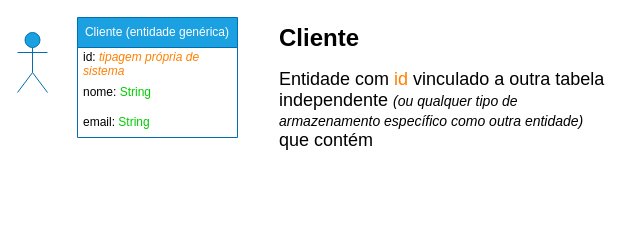
Earlier version of the draw.io diagram page "Cliente" (2 of 4) of documentação/ideias/diagrama_de_projeto.drawio (Creath-Noite-A/Agendamento-Documentacao). Source tidied: cells renumbered, new cells numbered last; positions are measured from the earlier drawing's top-left corner, leaving out a move shared by most shapes. Both pictures are drawn from the tidied source at 100%, with x=0, y=0 at pixel (17, 17).
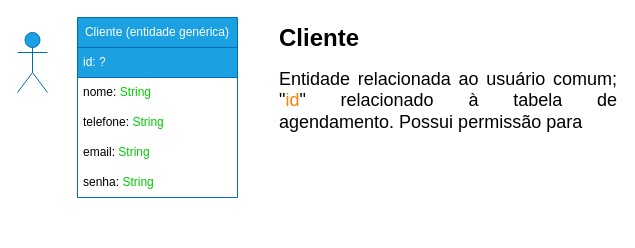
After the change.

Change to the diagram source:
```diff
@@
 <mxGraphModel>
   <root>
     <mxCell id="0" />
     <mxCell id="1" parent="0" />
     <mxCell id="2" value="Cliente (entidade genérica)" style="swimlane;fontStyle=0;horizontal=1;startSize=30;whiteSpace=wrap;html=1;fillColor=#1ba1e2;strokeColor=#006EAF;fontColor=#ffffff;" parent="1" vertex="1">
-      <mxGeometry x="60" width="160" height="120" as="geometry" />
+      <mxGeometry x="60" width="160" height="180" as="geometry" />
     </mxCell>
-    <mxCell id="3" value="id: &lt;i style=&quot;&quot;&gt;&lt;font color=&quot;#ff8000&quot;&gt;tipagem própria de sistema&lt;/font&gt;&lt;/i&gt;" style="text;strokeColor=none;fillColor=none;align=left;verticalAlign=middle;spacingLeft=4;spacingRight=4;overflow=hidden;whiteSpace=wrap;html=1;" parent="2" vertex="1">
+    <mxCell id="3" value="id: ?" style="text;strokeColor=#006EAF;fillColor=#1ba1e2;align=left;verticalAlign=middle;spacingLeft=4;spacingRight=4;overflow=hidden;whiteSpace=wrap;html=1;fontColor=#ffffff;" parent="2" vertex="1">
       <mxGeometry y="30" width="160" height="30" as="geometry" />
     </mxCell>
     <mxCell id="4" value="nome: &lt;font color=&quot;#00cc00&quot;&gt;String&lt;/font&gt;" style="text;strokeColor=none;fillColor=none;align=left;verticalAlign=middle;spacingLeft=4;spacingRight=4;overflow=hidden;whiteSpace=wrap;html=1;" parent="2" vertex="1">
       <mxGeometry y="60" width="160" height="30" as="geometry" />
     </mxCell>
+    <mxCell id="8" value="telefone: &lt;font color=&quot;#00cc00&quot;&gt;String&lt;/font&gt;" style="text;strokeColor=none;fillColor=none;align=left;verticalAlign=middle;spacingLeft=4;spacingRight=4;overflow=hidden;whiteSpace=wrap;html=1;" parent="2" vertex="1">
+      <mxGeometry y="90" width="160" height="30" as="geometry" />
+    </mxCell>
     <mxCell id="5" value="email: &lt;font color=&quot;#00cc00&quot;&gt;String&lt;/font&gt;" style="text;strokeColor=none;fillColor=none;align=left;verticalAlign=middle;spacingLeft=4;spacingRight=4;overflow=hidden;whiteSpace=wrap;html=1;" parent="2" vertex="1">
-      <mxGeometry y="90" width="160" height="30" as="geometry" />
+      <mxGeometry y="120" width="160" height="30" as="geometry" />
     </mxCell>
+    <mxCell id="9" value="senha: &lt;font color=&quot;#00cc00&quot;&gt;String&lt;/font&gt;" style="text;strokeColor=none;fillColor=none;align=left;verticalAlign=middle;spacingLeft=4;spacingRight=4;overflow=hidden;whiteSpace=wrap;html=1;" parent="2" vertex="1">
+      <mxGeometry y="150" width="160" height="30" as="geometry" />
+    </mxCell>
-    <mxCell id="6" value="&lt;h1 style=&quot;margin-top: 0px;&quot;&gt;&lt;span style=&quot;background-color: initial;&quot;&gt;&lt;font style=&quot;font-size: 24px;&quot;&gt;Cliente&lt;/font&gt;&lt;/span&gt;&lt;/h1&gt;&lt;div style=&quot;&quot;&gt;&lt;font style=&quot;font-size: 18px;&quot;&gt;Entidade com&amp;nbsp;&lt;font color=&quot;#ff8000&quot;&gt;&lt;font style=&quot;font-size: 18px;&quot;&gt;id&lt;/font&gt;&amp;nbsp;&lt;/font&gt;vinculado a outra tabela independente&amp;nbsp;&lt;/font&gt;&lt;font style=&quot;font-size: 14px;&quot;&gt;&lt;i&gt;(ou qualquer tipo de armazenamento específico como outra entidade)&lt;/i&gt;&lt;/font&gt;&lt;font style=&quot;font-size: 15px;&quot;&gt; &lt;/font&gt;&lt;font style=&quot;font-size: 18px;&quot;&gt;que contém&lt;/font&gt;&lt;/div&gt;" style="text;html=1;whiteSpace=wrap;overflow=hidden;rounded=0;" parent="1" vertex="1">
+    <mxCell id="6" value="&lt;h1 style=&quot;text-align: justify; margin-top: 0px;&quot;&gt;&lt;span style=&quot;background-color: initial;&quot;&gt;&lt;font style=&quot;font-size: 24px;&quot;&gt;Cliente&lt;/font&gt;&lt;/span&gt;&lt;/h1&gt;&lt;div style=&quot;text-align: justify;&quot;&gt;&lt;font style=&quot;font-size: 18px;&quot;&gt;Entidade relacionada ao usuário comum; &quot;&lt;font color=&quot;#ff8000&quot;&gt;id&lt;/font&gt;&quot; relacionado à tabela de agendamento. Possui permissão para&amp;nbsp;&lt;/font&gt;&lt;/div&gt;" style="text;html=1;whiteSpace=wrap;overflow=hidden;rounded=0;" parent="1" vertex="1">
       <mxGeometry x="260" width="340" height="210" as="geometry" />
     </mxCell>
     <mxCell id="7" style="shape=umlActor;verticalLabelPosition=bottom;verticalAlign=top;html=1;fillColor=#1ba1e2;strokeColor=#006EAF;fontColor=#ffffff;" parent="1" vertex="1">
       <mxGeometry y="15" width="30" height="60" as="geometry" />
     </mxCell>
   </root>
 </mxGraphModel>
```
